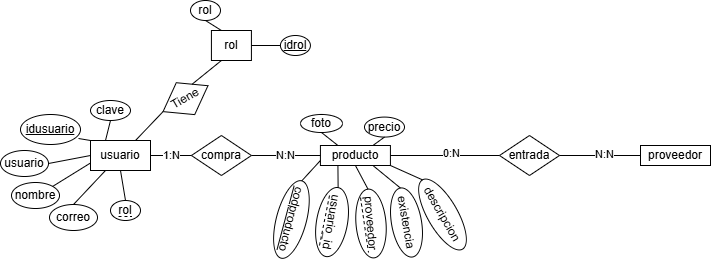
Above: documentacion/Diagrama MER.drawio.png in crisalixis/dietetica (draw.io), before the change. Source tidied: cells renumbered, new cells last; positions are measured from the earlier drawing's top-left corner, leaving out a move shared by most shapes.
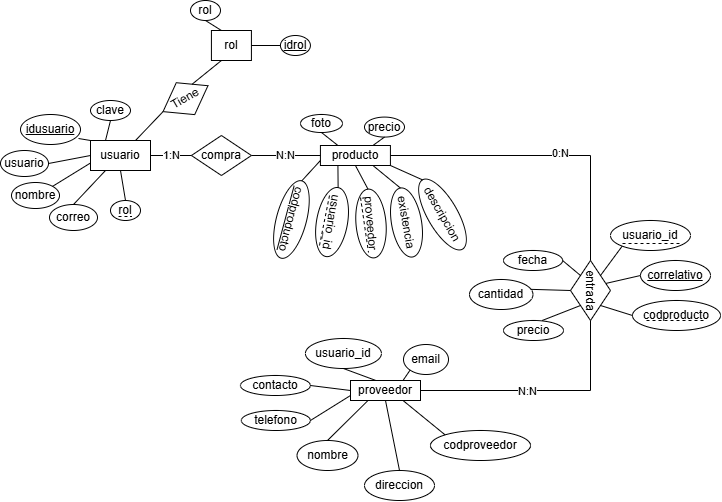
The same file after the commit.

Diff of the diagram source:
```diff
@@ -77,20 +77,28 @@
     <mxCell id="26" value="N:N" style="endArrow=none;html=1;rounded=0;exitX=1;exitY=0.5;exitDx=0;exitDy=0;entryX=0;entryY=0.5;entryDx=0;entryDy=0;" parent="1" edge="1" source="23" target="25">
       <mxGeometry relative="1" as="geometry" />
     </mxCell>
-    <mxCell id="27" value="entrada" style="rhombus;whiteSpace=wrap;html=1;" parent="1" vertex="1">
-      <mxGeometry x="499" y="135" width="60" height="40" as="geometry" />
+    <mxCell id="27" value="entrada" style="rhombus;whiteSpace=wrap;html=1;rotation=90;" parent="1" vertex="1">
+      <mxGeometry x="560" y="270" width="60" height="40" as="geometry" />
     </mxCell>
     <mxCell id="28" style="endArrow=none;html=1;rounded=0;exitX=1;exitY=0.5;exitDx=0;exitDy=0;entryX=0;entryY=0.5;entryDx=0;entryDy=0;" parent="1" edge="1" source="25" target="27">
-      <mxGeometry relative="1" as="geometry" />
+      <mxGeometry relative="1" as="geometry">
+        <Array as="points">
+          <mxPoint x="590" y="155" />
+        </Array>
+      </mxGeometry>
     </mxCell>
     <mxCell id="29" value="0:N" style="edgeLabel;html=1;align=center;verticalAlign=middle;" parent="28" vertex="1">
       <mxGeometry x="0.11" y="2" relative="1" as="geometry" />
     </mxCell>
     <mxCell id="30" value="proveedor" style="rounded=0;whiteSpace=wrap;html=1;" parent="1" vertex="1">
-      <mxGeometry x="640" y="145" width="70" height="20" as="geometry" />
+      <mxGeometry x="350" y="380" width="70" height="20" as="geometry" />
     </mxCell>
-    <mxCell id="31" style="endArrow=none;html=1;rounded=0;entryX=0;entryY=0.5;entryDx=0;entryDy=0;exitX=1;exitY=0.5;exitDx=0;exitDy=0;" parent="1" edge="1" source="27" target="30">
-      <mxGeometry relative="1" as="geometry" />
+    <mxCell id="31" style="endArrow=none;html=1;rounded=0;exitX=1;exitY=0.5;exitDx=0;exitDy=0;entryX=1;entryY=0.5;entryDx=0;entryDy=0;" parent="1" edge="1" source="27" target="30">
+      <mxGeometry relative="1" as="geometry">
+        <Array as="points">
+          <mxPoint x="590" y="390" />
+        </Array>
+      </mxGeometry>
     </mxCell>
     <mxCell id="32" value="N:N" style="edgeLabel;html=1;align=center;verticalAlign=middle;" parent="31" vertex="1">
       <mxGeometry x="0.11" y="1" relative="1" as="geometry" />
@@ -155,5 +163,97 @@
     <mxCell id="49" style="endArrow=none;html=1;rounded=0;entryX=0.5;entryY=1;entryDx=0;entryDy=0;exitX=0.75;exitY=0;exitDx=0;exitDy=0;" parent="1" edge="1" source="25" target="38">
       <mxGeometry relative="1" as="geometry" />
     </mxCell>
+    <mxCell id="50" value="cantidad" style="ellipse;whiteSpace=wrap;html=1;" parent="1" vertex="1">
+      <mxGeometry x="469" y="279" width="63.5" height="30" as="geometry" />
+    </mxCell>
+    <mxCell id="51" value="&lt;u&gt;correlativo&lt;/u&gt;" style="ellipse;whiteSpace=wrap;html=1;" parent="1" vertex="1">
+      <mxGeometry x="640" y="260" width="70" height="30" as="geometry" />
+    </mxCell>
+    <mxCell id="52" value="codproducto" style="ellipse;whiteSpace=wrap;html=1;" parent="1" vertex="1">
+      <mxGeometry x="632" y="300" width="88" height="30" as="geometry" />
+    </mxCell>
+    <mxCell id="53" value="usuario_id" style="ellipse;whiteSpace=wrap;html=1;" parent="1" vertex="1">
+      <mxGeometry x="610" y="220" width="80" height="30" as="geometry" />
+    </mxCell>
+    <mxCell id="54" value="fecha" style="ellipse;whiteSpace=wrap;html=1;" parent="1" vertex="1">
+      <mxGeometry x="503" y="250" width="59.1" height="20" as="geometry" />
+    </mxCell>
+    <mxCell id="55" style="endArrow=none;dashed=1;html=1;rounded=0;" parent="1" edge="1">
+      <mxGeometry relative="1" as="geometry">
+        <mxPoint x="646" y="320" as="sourcePoint" />
+        <mxPoint x="706" y="320" as="targetPoint" />
+      </mxGeometry>
+    </mxCell>
+    <mxCell id="56" style="endArrow=none;dashed=1;html=1;rounded=0;" parent="1" edge="1">
+      <mxGeometry relative="1" as="geometry">
+        <mxPoint x="622" y="243" as="sourcePoint" />
+        <mxPoint x="682" y="243" as="targetPoint" />
+      </mxGeometry>
+    </mxCell>
+    <mxCell id="57" style="endArrow=none;html=1;rounded=0;entryX=0;entryY=1;entryDx=0;entryDy=0;exitX=0;exitY=0;exitDx=0;exitDy=0;" parent="1" edge="1" source="27" target="53">
+      <mxGeometry relative="1" as="geometry" />
+    </mxCell>
+    <mxCell id="58" style="endArrow=none;html=1;rounded=0;entryX=0;entryY=0.5;entryDx=0;entryDy=0;exitX=0.381;exitY=0.109;exitDx=0;exitDy=0;exitPerimeter=0;" parent="1" edge="1" source="27" target="51">
+      <mxGeometry relative="1" as="geometry" />
+    </mxCell>
+    <mxCell id="59" style="endArrow=none;html=1;rounded=0;entryX=0;entryY=0.5;entryDx=0;entryDy=0;exitX=1;exitY=0;exitDx=0;exitDy=0;" parent="1" edge="1" source="27" target="52">
+      <mxGeometry relative="1" as="geometry" />
+    </mxCell>
+    <mxCell id="60" value="precio" style="ellipse;whiteSpace=wrap;html=1;" parent="1" vertex="1">
+      <mxGeometry x="503" y="320" width="60" height="20" as="geometry" />
+    </mxCell>
+    <mxCell id="61" style="endArrow=none;html=1;rounded=0;entryX=0.5;entryY=1;entryDx=0;entryDy=0;exitX=0.966;exitY=0.328;exitDx=0;exitDy=0;exitPerimeter=0;" parent="1" edge="1" source="50" target="27">
+      <mxGeometry relative="1" as="geometry" />
+    </mxCell>
+    <mxCell id="62" style="endArrow=none;html=1;rounded=0;entryX=1;entryY=1;entryDx=0;entryDy=0;" parent="1" edge="1" target="27">
+      <mxGeometry relative="1" as="geometry">
+        <mxPoint x="541.7" y="320" as="sourcePoint" />
+      </mxGeometry>
+    </mxCell>
+    <mxCell id="63" style="endArrow=none;html=1;rounded=0;entryX=0;entryY=1;entryDx=0;entryDy=0;exitX=1;exitY=0.5;exitDx=0;exitDy=0;" parent="1" edge="1" source="54" target="27">
+      <mxGeometry relative="1" as="geometry" />
+    </mxCell>
+    <mxCell id="64" value="usuario_id" style="ellipse;whiteSpace=wrap;html=1;" parent="1" vertex="1">
+      <mxGeometry x="304.9" y="338" width="76" height="30" as="geometry" />
+    </mxCell>
+    <mxCell id="65" value="email" style="ellipse;whiteSpace=wrap;html=1;" parent="1" vertex="1">
+      <mxGeometry x="403" y="344" width="45" height="30" as="geometry" />
+    </mxCell>
+    <mxCell id="66" value="direccion" style="ellipse;whiteSpace=wrap;html=1;" parent="1" vertex="1">
+      <mxGeometry x="364" y="470" width="70" height="30" as="geometry" />
+    </mxCell>
+    <mxCell id="67" value="telefono" style="ellipse;whiteSpace=wrap;html=1;" parent="1" vertex="1">
+      <mxGeometry x="240.8" y="410" width="69.1" height="20" as="geometry" />
+    </mxCell>
+    <mxCell id="68" value="contacto" style="ellipse;whiteSpace=wrap;html=1;" parent="1" vertex="1">
+      <mxGeometry x="239.9" y="375" width="70" height="20" as="geometry" />
+    </mxCell>
+    <mxCell id="69" value="nombre" style="ellipse;whiteSpace=wrap;html=1;" parent="1" vertex="1">
+      <mxGeometry x="296.5" y="440" width="60.9" height="30" as="geometry" />
+    </mxCell>
+    <mxCell id="70" value="codproveedor" style="ellipse;whiteSpace=wrap;html=1;" parent="1" vertex="1">
+      <mxGeometry x="430" y="430" width="100" height="30" as="geometry" />
+    </mxCell>
+    <mxCell id="71" style="endArrow=none;html=1;rounded=0;entryX=0.25;entryY=1;entryDx=0;entryDy=0;exitX=0.5;exitY=0;exitDx=0;exitDy=0;" parent="1" edge="1" source="69" target="30">
+      <mxGeometry relative="1" as="geometry" />
+    </mxCell>
+    <mxCell id="72" style="endArrow=none;html=1;rounded=0;entryX=0.5;entryY=1;entryDx=0;entryDy=0;exitX=0.5;exitY=0;exitDx=0;exitDy=0;" parent="1" edge="1" source="66" target="30">
+      <mxGeometry relative="1" as="geometry" />
+    </mxCell>
+    <mxCell id="73" style="endArrow=none;html=1;rounded=0;entryX=0.75;entryY=1;entryDx=0;entryDy=0;exitX=0;exitY=0;exitDx=0;exitDy=0;" parent="1" edge="1" source="70" target="30">
+      <mxGeometry relative="1" as="geometry" />
+    </mxCell>
+    <mxCell id="74" style="endArrow=none;html=1;rounded=0;entryX=0.5;entryY=1;entryDx=0;entryDy=0;exitX=0.35;exitY=-0.017;exitDx=0;exitDy=0;exitPerimeter=0;" parent="1" edge="1" source="30" target="64">
+      <mxGeometry relative="1" as="geometry" />
+    </mxCell>
+    <mxCell id="75" style="endArrow=none;html=1;rounded=0;entryX=1;entryY=0.5;entryDx=0;entryDy=0;exitX=0;exitY=0.5;exitDx=0;exitDy=0;" parent="1" edge="1" source="30" target="68">
+      <mxGeometry relative="1" as="geometry" />
+    </mxCell>
+    <mxCell id="76" style="endArrow=none;html=1;rounded=0;entryX=0;entryY=0.75;entryDx=0;entryDy=0;exitX=1;exitY=0.5;exitDx=0;exitDy=0;" parent="1" edge="1" source="67" target="30">
+      <mxGeometry relative="1" as="geometry" />
+    </mxCell>
+    <mxCell id="77" style="endArrow=none;html=1;rounded=0;entryX=0;entryY=1;entryDx=0;entryDy=0;exitX=0.75;exitY=0;exitDx=0;exitDy=0;" parent="1" edge="1" source="30" target="65">
+      <mxGeometry relative="1" as="geometry" />
+    </mxCell>
   </root>
 </mxGraphModel>
```
